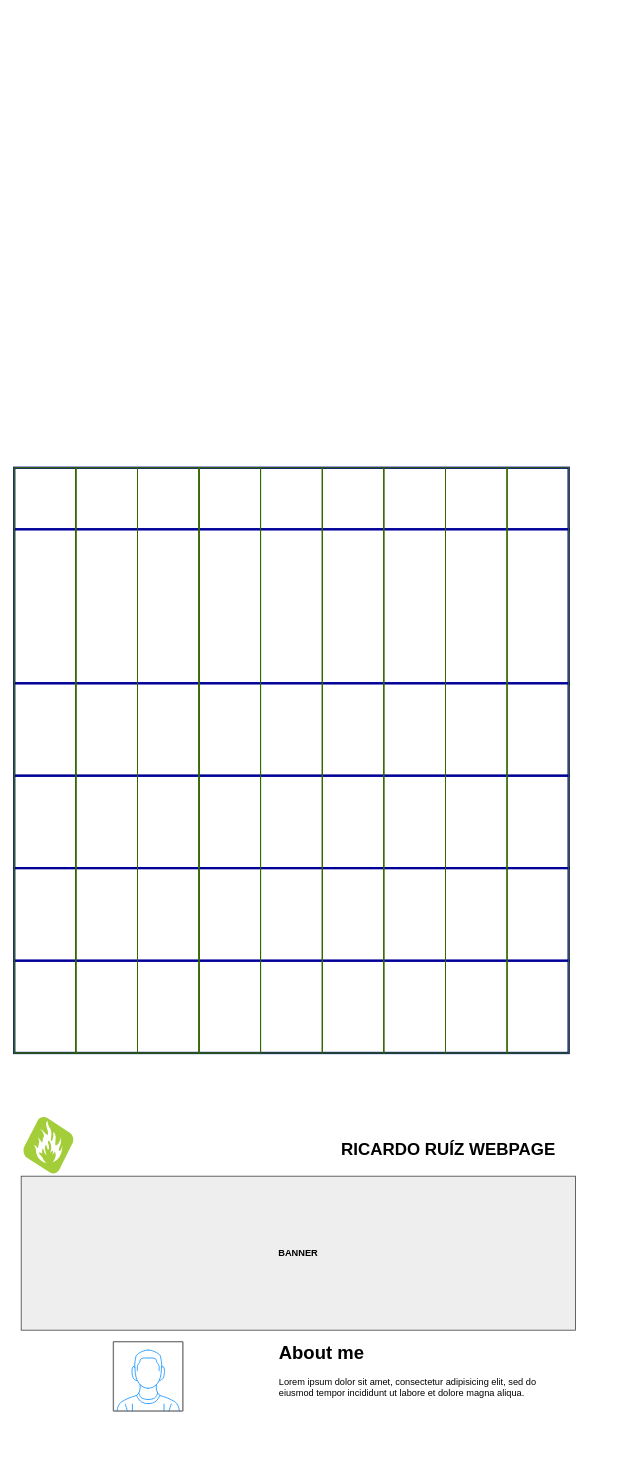
Earlier version of the draw.io diagram propose.drawio (richruizv/platzi_master_startup). Source tidied: cells renumbered, new cells numbered last; positions are measured from the earlier drawing's top-left corner, leaving out a move shared by most shapes. Both pictures are drawn from the tidied source at 77%, with x=0, y=0 at pixel (14, 467).
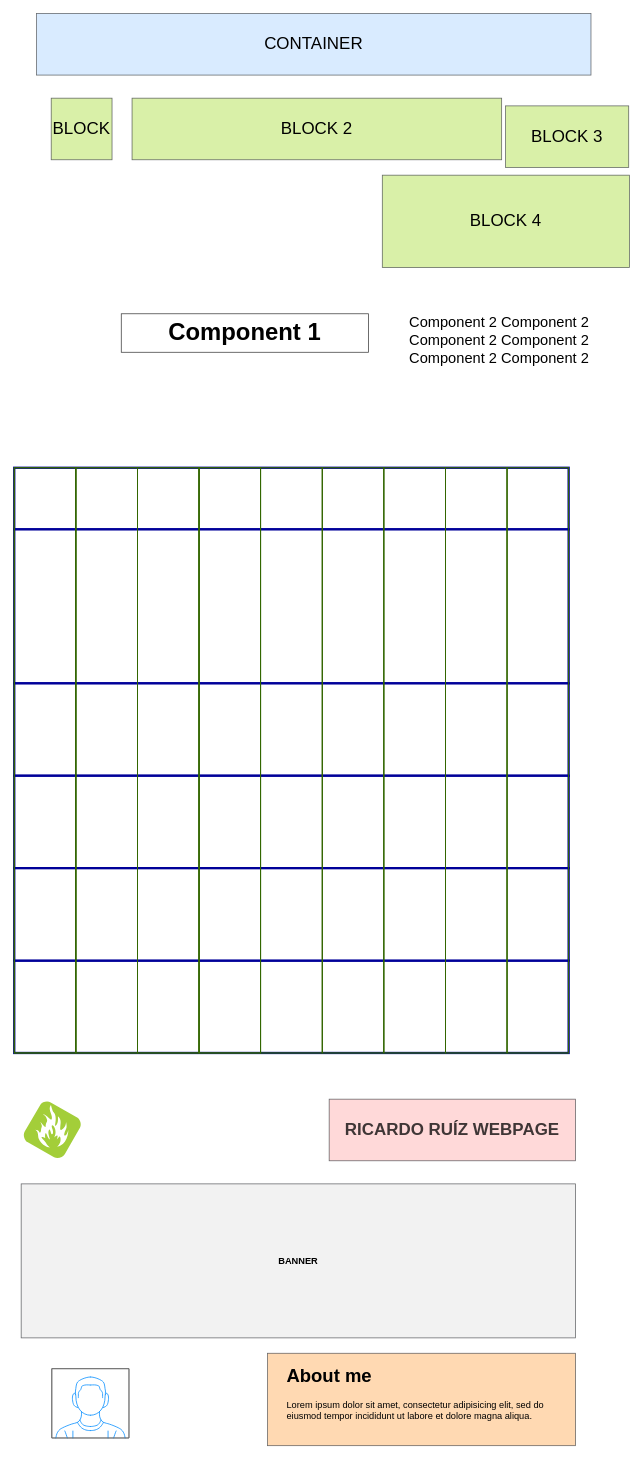
The same page after the edit.

Diff of the diagram source:
```diff
@@
-    <mxCell id="33" value="&lt;h1&gt;About me&lt;/h1&gt;&lt;p&gt;Lorem ipsum dolor sit amet, consectetur adipisicing elit, sed do eiusmod tempor incididunt ut labore et dolore magna aliqua.&lt;/p&gt;" style="text;html=1;strokeColor=none;fillColor=none;spacing=5;spacingTop=-20;whiteSpace=wrap;overflow=hidden;rounded=0;labelBackgroundColor=none;" parent="1" vertex="1">
-      <mxGeometry x="339" y="1130" width="370" height="120" as="geometry" />
-    </mxCell>
-    <mxCell id="34" style="verticalLabelPosition=bottom;shadow=0;dashed=0;align=center;html=1;verticalAlign=top;strokeWidth=1;shape=mxgraph.mockup.containers.userMale;strokeColor=#666666;strokeColor2=#008cff;fillColor=none;" parent="1" vertex="1">
-      <mxGeometry x="129" y="1135" width="90" height="90" as="geometry" />
-    </mxCell>
-    <mxCell id="35" value="&lt;b&gt;BANNER&lt;/b&gt;" style="rounded=0;whiteSpace=wrap;html=1;strokeColor=#36393d;strokeWidth=1;fillColor=#eeeeee;labelBackgroundColor=none;" parent="1" vertex="1">
-      <mxGeometry x="9" y="920" width="720" height="200" as="geometry" />
+    <mxCell id="35" value="&lt;b&gt;BANNER&lt;/b&gt;" style="rounded=0;whiteSpace=wrap;html=1;strokeColor=#36393d;strokeWidth=1;fillColor=#eeeeee;labelBackgroundColor=none;opacity=75;" parent="1" vertex="1">
+      <mxGeometry x="9" y="930" width="720" height="200" as="geometry" />
     </mxCell>
-    <mxCell id="36" style="dashed=0;html=1;align=center;labelPosition=center;verticalLabelPosition=bottom;verticalAlign=top;shape=mxgraph.weblogos.adfty;fillColor=#66E8F3;gradientColor=#1C7CBA;labelBackgroundColor=none;strokeColor=#336600;strokeWidth=1;" parent="1" vertex="1">
-      <mxGeometry x="9" y="840" width="70" height="80" as="geometry" />
+    <mxCell id="36" style="dashed=0;html=1;align=center;labelPosition=center;verticalLabelPosition=bottom;verticalAlign=top;shape=mxgraph.weblogos.adfty;fillColor=#cce5ff;labelBackgroundColor=none;strokeColor=#36393d;strokeWidth=1;" parent="1" vertex="1">
+      <mxGeometry x="9" y="820" width="80" height="80" as="geometry" />
     </mxCell>
+    <mxCell id="34" style="verticalLabelPosition=bottom;shadow=0;dashed=0;align=center;html=1;verticalAlign=top;strokeWidth=1;shape=mxgraph.mockup.containers.userMale;strokeColor=#666666;strokeColor2=#008cff;fillColor=none;" parent="1" vertex="1">
+      <mxGeometry x="49" y="1170" width="100" height="90" as="geometry" />
+    </mxCell>
-    <mxCell id="37" value="RICARDO RUÍZ WEBPAGE" style="text;html=1;strokeColor=none;fillColor=none;align=center;verticalAlign=middle;whiteSpace=wrap;rounded=0;fontSize=22;fontStyle=1;" parent="1" vertex="1">
-      <mxGeometry x="419" y="850" width="290" height="72" as="geometry" />
+    <mxCell id="37" value="RICARDO RUÍZ WEBPAGE" style="text;html=1;strokeColor=#36393d;fillColor=#ffcccc;align=center;verticalAlign=middle;whiteSpace=wrap;rounded=0;fontSize=22;fontStyle=1;glass=0;textOpacity=75;opacity=75;" parent="1" vertex="1">
+      <mxGeometry x="409" y="820" width="320" height="80" as="geometry" />
     </mxCell>
+    <mxCell id="33" value="&lt;h1&gt;About me&lt;/h1&gt;&lt;p&gt;Lorem ipsum dolor sit amet, consectetur adipisicing elit, sed do eiusmod tempor incididunt ut labore et dolore magna aliqua.&lt;/p&gt;" style="text;html=1;strokeColor=#36393d;fillColor=#ffcc99;spacing=5;spacingTop=-20;whiteSpace=wrap;overflow=hidden;rounded=0;labelBackgroundColor=none;align=left;opacity=75;verticalAlign=middle;spacingLeft=20;" parent="1" vertex="1">
+      <mxGeometry x="329" y="1150" width="400" height="120" as="geometry" />
+    </mxCell>
+    <mxCell id="38" value="CONTAINER" style="rounded=0;whiteSpace=wrap;html=1;glass=0;labelBackgroundColor=none;fontSize=22;strokeColor=#36393d;strokeWidth=1;fillColor=#cce5ff;opacity=75;" parent="1" vertex="1">
+      <mxGeometry x="29" y="-590" width="720" height="80" as="geometry" />
+    </mxCell>
+    <mxCell id="39" value="BLOCK 3" style="rounded=0;whiteSpace=wrap;html=1;glass=0;labelBackgroundColor=none;fontSize=22;strokeColor=#36393d;strokeWidth=1;fillColor=#cdeb8b;opacity=75;" parent="1" vertex="1">
+      <mxGeometry x="638" y="-470" width="160" height="80" as="geometry" />
+    </mxCell>
+    <mxCell id="40" value="BLOCK 2" style="rounded=0;whiteSpace=wrap;html=1;glass=0;labelBackgroundColor=none;fontSize=22;strokeColor=#36393d;strokeWidth=1;fillColor=#cdeb8b;opacity=75;" parent="1" vertex="1">
+      <mxGeometry x="153" y="-480" width="480" height="80" as="geometry" />
+    </mxCell>
+    <mxCell id="41" value="BLOCK" style="rounded=0;whiteSpace=wrap;html=1;glass=0;labelBackgroundColor=none;fontSize=22;strokeColor=#36393d;strokeWidth=1;fillColor=#cdeb8b;opacity=75;" parent="1" vertex="1">
+      <mxGeometry x="48" y="-480" width="79" height="80" as="geometry" />
+    </mxCell>
+    <mxCell id="42" value="BLOCK 4" style="rounded=0;whiteSpace=wrap;html=1;glass=0;labelBackgroundColor=none;fontSize=22;strokeColor=#36393d;strokeWidth=1;fillColor=#cdeb8b;opacity=75;" parent="1" vertex="1">
+      <mxGeometry x="478" y="-380" width="321" height="120" as="geometry" />
+    </mxCell>
+    <mxCell id="43" value="&lt;h1 style=&quot;font-size: 31px;&quot;&gt;&lt;font style=&quot;font-size: 31px;&quot;&gt;Component 1&lt;/font&gt;&lt;/h1&gt;" style="text;html=1;strokeColor=default;fillColor=none;spacing=5;spacingTop=-20;whiteSpace=wrap;overflow=hidden;rounded=0;glass=0;labelBackgroundColor=none;fontSize=31;opacity=75;verticalAlign=middle;align=center;" parent="1" vertex="1">
+      <mxGeometry x="139" y="-200" width="321" height="50" as="geometry" />
+    </mxCell>
+    <mxCell id="44" value="Component 2 Component 2 Component 2 Component 2 Component 2 Component 2" style="text;html=1;strokeColor=none;fillColor=none;align=center;verticalAlign=middle;whiteSpace=wrap;rounded=0;glass=0;labelBackgroundColor=none;fontSize=19;opacity=75;" parent="1" vertex="1">
+      <mxGeometry x="469" y="-200" width="322" height="70" as="geometry" />
+    </mxCell>
```
